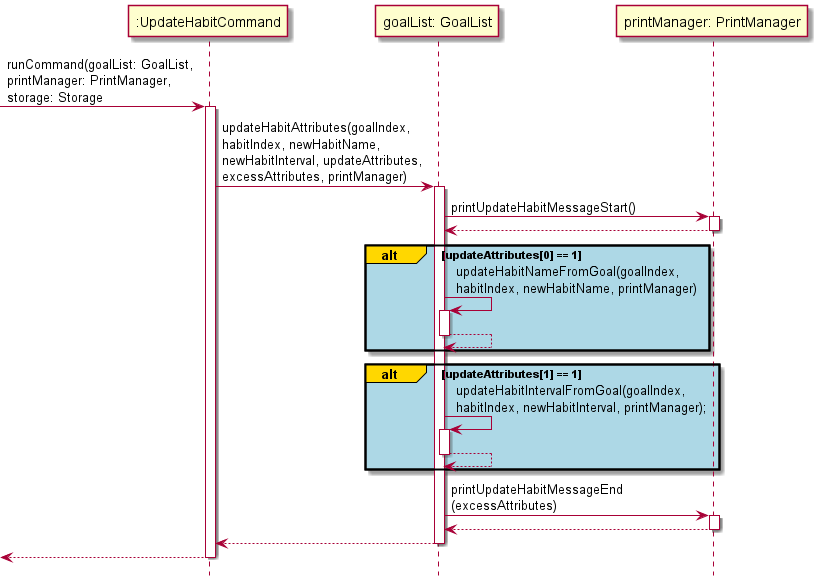
Above: docs/Diagram_Images/Implementation_Diagram_Images/UpdateHabitCommandSequenceDiagram.png in nus-cs2113-AY2122S1/tp (PlantUML), before the change. The source it was exported from:
```plantuml
@startuml
!include Style.puml

-> ":UpdateHabitCommand": runCommand(goalList: GoalList,\nprintManager: PrintManager,\nstorage: Storage
activate ":UpdateHabitCommand"

":UpdateHabitCommand" -> "goalList: GoalList": updateHabitAttributes(goalIndex,\nhabitIndex, newHabitName,\nnewHabitInterval, updateAttributes,\nexcessAttributes, printManager)
activate "goalList: GoalList"

"goalList: GoalList" -> "printManager: PrintManager": printUpdateHabitMessageStart()
activate "printManager: PrintManager"
"printManager: PrintManager" --> "goalList: GoalList"
deactivate "printManager: PrintManager"

alt#gold #lightblue updateAttributes[0] == 1
"goalList: GoalList" -> "goalList: GoalList": updateHabitNameFromGoal(goalIndex,\nhabitIndex, newHabitName, printManager)
activate "goalList: GoalList"
"goalList: GoalList" --> "goalList: GoalList":
deactivate "goalList: GoalList"
end

alt#gold #lightblue updateAttributes[1] == 1
"goalList: GoalList" -> "goalList: GoalList": updateHabitIntervalFromGoal(goalIndex, \nhabitIndex, newHabitInterval, printManager);
activate "goalList: GoalList"
"goalList: GoalList" --> "goalList: GoalList":
deactivate "goalList: GoalList"
end

"goalList: GoalList" -> "printManager: PrintManager": printUpdateHabitMessageEnd\n(excessAttributes)
activate "printManager: PrintManager"
"printManager: PrintManager" --> "goalList: GoalList"
deactivate "printManager: PrintManager"

"goalList: GoalList" --> ":UpdateHabitCommand"
deactivate "goalList: GoalList"

<-- ":UpdateHabitCommand"
deactivate ":UpdateHabitCommand"

@enduml
```
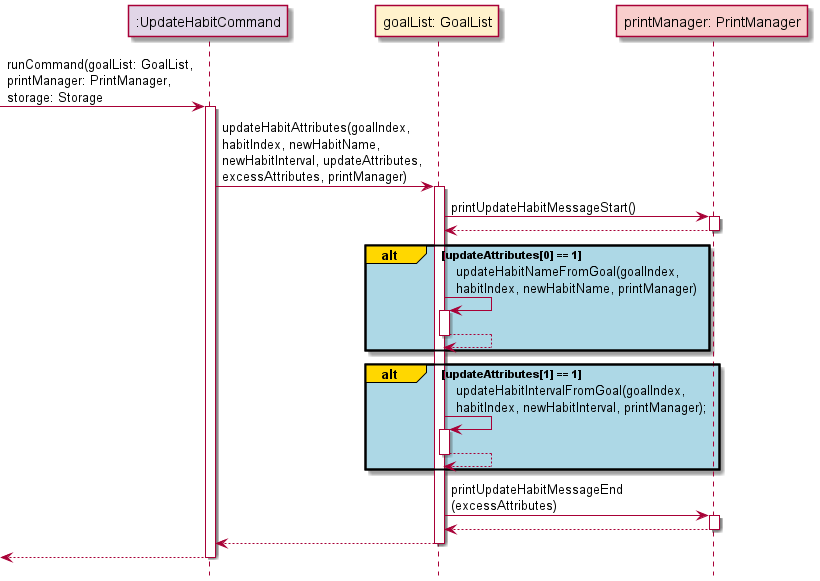
After the change.

Change to the diagram source:
```diff
@@ -1,40 +1,44 @@
 @startuml
 !include Style.puml
 
--> ":UpdateHabitCommand": runCommand(goalList: GoalList,\nprintManager: PrintManager,\nstorage: Storage
-activate ":UpdateHabitCommand"
+participant ":UpdateHabitCommand" as UpdateHabitCommand COMMAND_COLOUR
+participant "goalList: GoalList" as goalList GOAL_COLOUR
+participant "printManager: PrintManager" as printManager UI_COLOUR
 
-":UpdateHabitCommand" -> "goalList: GoalList": updateHabitAttributes(goalIndex,\nhabitIndex, newHabitName,\nnewHabitInterval, updateAttributes,\nexcessAttributes, printManager)
-activate "goalList: GoalList"
+-> UpdateHabitCommand: runCommand(goalList: GoalList,\nprintManager: PrintManager,\nstorage: Storage
+activate UpdateHabitCommand
 
-"goalList: GoalList" -> "printManager: PrintManager": printUpdateHabitMessageStart()
-activate "printManager: PrintManager"
-"printManager: PrintManager" --> "goalList: GoalList"
-deactivate "printManager: PrintManager"
+UpdateHabitCommand -> goalList: updateHabitAttributes(goalIndex,\nhabitIndex, newHabitName,\nnewHabitInterval, updateAttributes,\nexcessAttributes, printManager)
+activate goalList
+
+goalList -> printManager: printUpdateHabitMessageStart()
+activate printManager
+printManager --> goalList
+deactivate printManager
 
 alt#gold #lightblue updateAttributes[0] == 1
-"goalList: GoalList" -> "goalList: GoalList": updateHabitNameFromGoal(goalIndex,\nhabitIndex, newHabitName, printManager)
-activate "goalList: GoalList"
-"goalList: GoalList" --> "goalList: GoalList":
-deactivate "goalList: GoalList"
+goalList -> goalList: updateHabitNameFromGoal(goalIndex,\nhabitIndex, newHabitName, printManager)
+activate goalList
+goalList --> goalList:
+deactivate goalList
 end
 
 alt#gold #lightblue updateAttributes[1] == 1
-"goalList: GoalList" -> "goalList: GoalList": updateHabitIntervalFromGoal(goalIndex, \nhabitIndex, newHabitInterval, printManager);
-activate "goalList: GoalList"
-"goalList: GoalList" --> "goalList: GoalList":
-deactivate "goalList: GoalList"
+goalList -> goalList: updateHabitIntervalFromGoal(goalIndex, \nhabitIndex, newHabitInterval, printManager);
+activate goalList
+goalList --> goalList:
+deactivate goalList
 end
 
-"goalList: GoalList" -> "printManager: PrintManager": printUpdateHabitMessageEnd\n(excessAttributes)
-activate "printManager: PrintManager"
-"printManager: PrintManager" --> "goalList: GoalList"
-deactivate "printManager: PrintManager"
+goalList -> printManager: printUpdateHabitMessageEnd\n(excessAttributes)
+activate printManager
+printManager --> goalList
+deactivate printManager
 
-"goalList: GoalList" --> ":UpdateHabitCommand"
-deactivate "goalList: GoalList"
+goalList --> UpdateHabitCommand
+deactivate goalList
 
-<-- ":UpdateHabitCommand"
-deactivate ":UpdateHabitCommand"
+<-- UpdateHabitCommand
+deactivate UpdateHabitCommand
 
 @enduml
```
